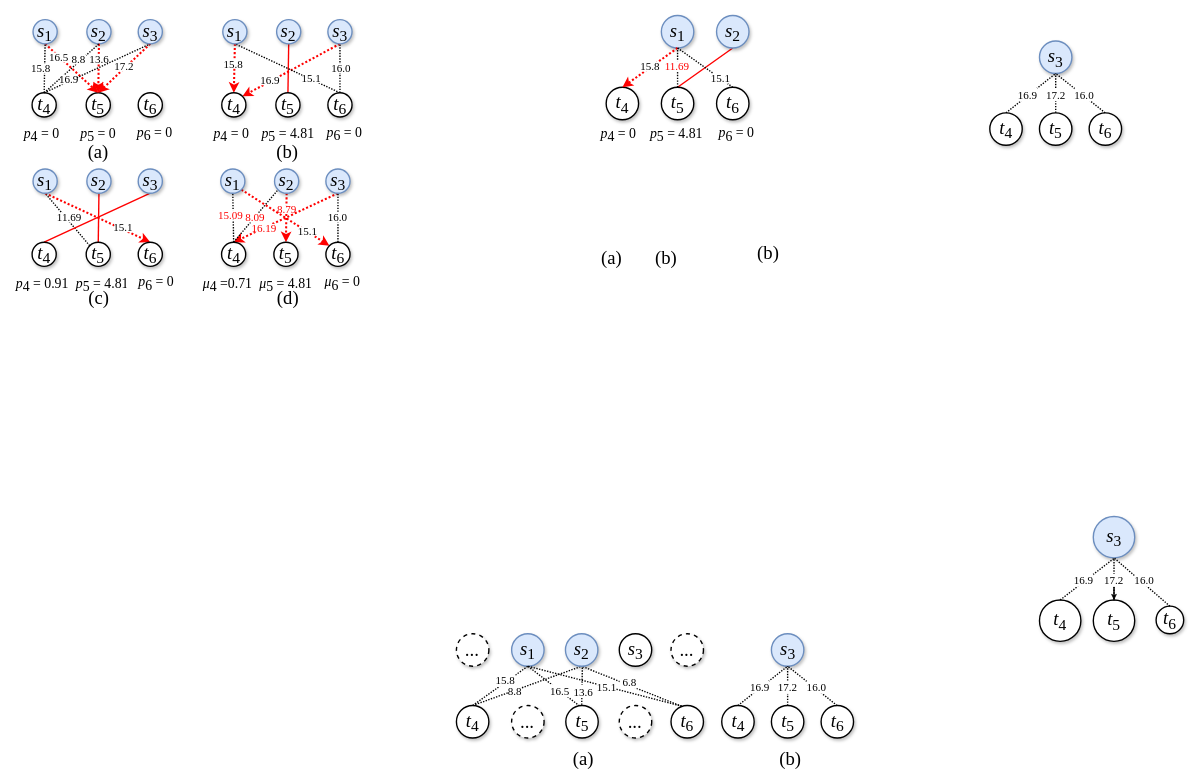
The draw.io diagram page "第 2 页" (2 of 2) of 未命名绘图.drawio in Co7in-Cheung/PCN-PyTorch, before the edit. Source tidied: cells renumbered, new cells numbered last; positions are measured from the earlier drawing's top-left corner, leaving out a move shared by most shapes. Both pictures are drawn from the tidied source at 69%, with x=0, y=0 at pixel (12, 15).
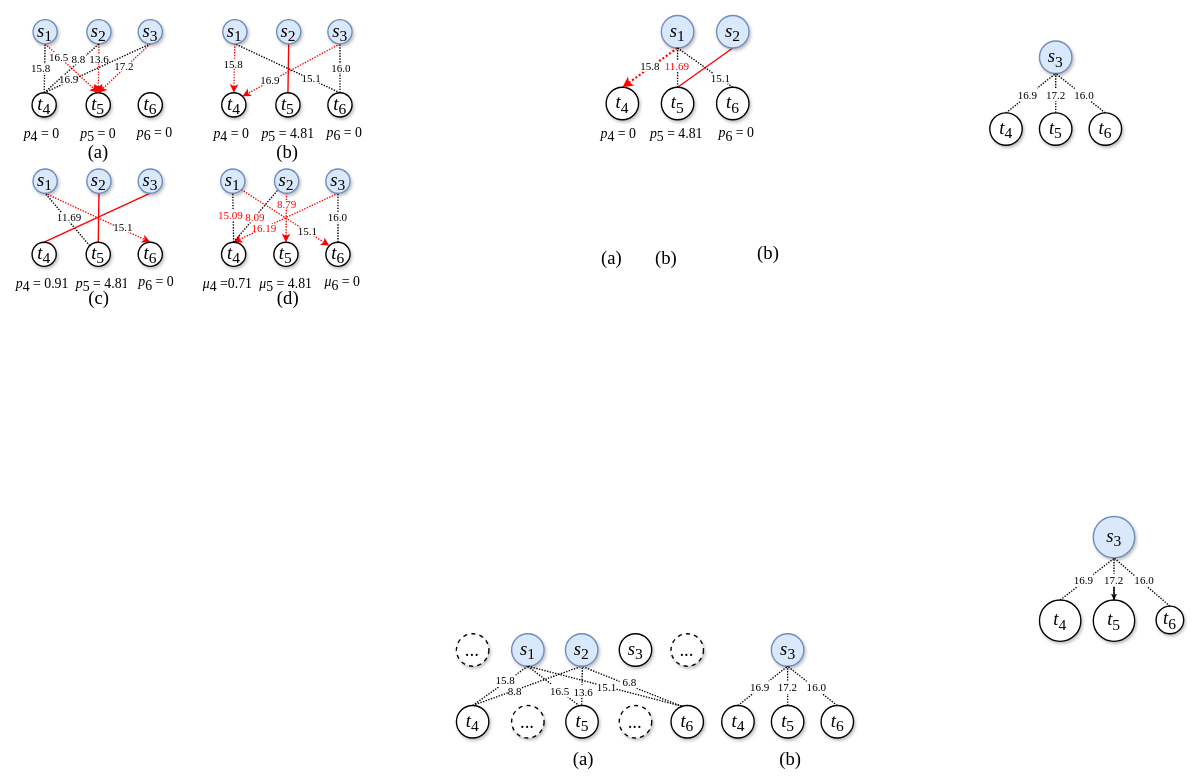
Above is the later version.

Commit message (it also covers changes not shown here):
更新未命名绘图.drawio

Unchanged cells that the change refers to:
```xml
<mxCell id="57" value="&lt;font style=&quot;font-size: 27px;&quot; face=&quot;Times New Roman&quot;&gt;&lt;i&gt;s&lt;/i&gt;&lt;sub&gt;2&lt;/sub&gt;&lt;/font&gt;" style="ellipse;whiteSpace=wrap;html=1;strokeWidth=2;fillColor=#dae8fc;strokeColor=#6c8ebf;shadow=1;" parent="1" vertex="1">
  <mxGeometry x="108.4" y="6" width="35" height="35" as="geometry" />
</mxCell>
<mxCell id="59" value="&lt;font face=&quot;Times New Roman&quot;&gt;&lt;span style=&quot;font-size: 27px;&quot;&gt;&lt;i&gt;t&lt;/i&gt;&lt;sub style=&quot;&quot;&gt;5&lt;/sub&gt;&lt;/span&gt;&lt;/font&gt;" style="ellipse;whiteSpace=wrap;html=1;strokeWidth=2;shadow=1;" parent="1" vertex="1">
  <mxGeometry x="107.4" y="112" width="35" height="35" as="geometry" />
</mxCell>
<mxCell id="136" value="&lt;font style=&quot;font-size: 27px;&quot; face=&quot;Times New Roman&quot;&gt;&lt;i&gt;s&lt;/i&gt;&lt;sub&gt;1&lt;/sub&gt;&lt;/font&gt;" style="ellipse;whiteSpace=wrap;html=1;strokeWidth=2;fillColor=#dae8fc;strokeColor=#6c8ebf;shadow=1;" parent="1" vertex="1">
  <mxGeometry x="30.4" y="6" width="35" height="35" as="geometry" />
</mxCell>
<mxCell id="137" value="&lt;font style=&quot;font-size: 27px;&quot; face=&quot;Times New Roman&quot;&gt;&lt;i&gt;s&lt;/i&gt;&lt;sub&gt;3&lt;/sub&gt;&lt;/font&gt;" style="ellipse;whiteSpace=wrap;html=1;strokeWidth=2;fillColor=#dae8fc;strokeColor=#6c8ebf;shadow=1;" parent="1" vertex="1">
  <mxGeometry x="182.8" y="6" width="35" height="35" as="geometry" />
</mxCell>
<mxCell id="140" value="&lt;font face=&quot;Times New Roman&quot;&gt;&lt;span style=&quot;font-size: 27px;&quot;&gt;&lt;i&gt;t&lt;/i&gt;&lt;sub style=&quot;&quot;&gt;4&lt;/sub&gt;&lt;/span&gt;&lt;/font&gt;" style="ellipse;whiteSpace=wrap;html=1;strokeWidth=2;shadow=1;" parent="1" vertex="1">
  <mxGeometry x="303.9" y="112" width="35" height="35" as="geometry" />
</mxCell>
<mxCell id="142" value="&lt;font style=&quot;font-size: 27px;&quot; face=&quot;Times New Roman&quot;&gt;&lt;i&gt;s&lt;/i&gt;&lt;sub&gt;1&lt;/sub&gt;&lt;/font&gt;" style="ellipse;whiteSpace=wrap;html=1;strokeWidth=2;fillColor=#dae8fc;strokeColor=#6c8ebf;shadow=1;" parent="1" vertex="1">
  <mxGeometry x="305.4" y="6" width="35" height="35" as="geometry" />
</mxCell>
<mxCell id="143" value="&lt;font style=&quot;font-size: 27px;&quot; face=&quot;Times New Roman&quot;&gt;&lt;i&gt;s&lt;/i&gt;&lt;sub&gt;3&lt;/sub&gt;&lt;/font&gt;" style="ellipse;whiteSpace=wrap;html=1;strokeWidth=2;fillColor=#dae8fc;strokeColor=#6c8ebf;shadow=1;" parent="1" vertex="1">
  <mxGeometry x="457.7" y="6" width="35" height="35" as="geometry" />
</mxCell>
<mxCell id="148" value="&lt;font style=&quot;font-size: 27px;&quot; face=&quot;Times New Roman&quot;&gt;&lt;i&gt;s&lt;/i&gt;&lt;sub&gt;1&lt;/sub&gt;&lt;/font&gt;" style="ellipse;whiteSpace=wrap;html=1;strokeWidth=2;fillColor=#dae8fc;strokeColor=#6c8ebf;shadow=1;" parent="1" vertex="1">
  <mxGeometry x="30.4" y="222.5" width="35" height="35" as="geometry" />
</mxCell>
<mxCell id="150" value="&lt;font face=&quot;Times New Roman&quot;&gt;&lt;span style=&quot;font-size: 27px;&quot;&gt;&lt;i&gt;t&lt;/i&gt;&lt;sub style=&quot;&quot;&gt;6&lt;/sub&gt;&lt;/span&gt;&lt;/font&gt;" style="ellipse;whiteSpace=wrap;html=1;strokeWidth=2;shadow=1;" parent="1" vertex="1">
  <mxGeometry x="182.8" y="328.5" width="35" height="35" as="geometry" />
</mxCell>
<mxCell id="151" value="&lt;font style=&quot;font-size: 27px;&quot; face=&quot;Times New Roman&quot;&gt;&lt;i&gt;s&lt;/i&gt;&lt;sub&gt;2&lt;/sub&gt;&lt;/font&gt;" style="ellipse;whiteSpace=wrap;html=1;strokeWidth=2;fillColor=#dae8fc;strokeColor=#6c8ebf;shadow=1;" parent="1" vertex="1">
  <mxGeometry x="380.4" y="222.5" width="35" height="35" as="geometry" />
</mxCell>
<mxCell id="152" value="&lt;font face=&quot;Times New Roman&quot;&gt;&lt;span style=&quot;font-size: 27px;&quot;&gt;&lt;i&gt;t&lt;/i&gt;&lt;sub style=&quot;&quot;&gt;4&lt;/sub&gt;&lt;/span&gt;&lt;/font&gt;" style="ellipse;whiteSpace=wrap;html=1;strokeWidth=2;shadow=1;" parent="1" vertex="1">
  <mxGeometry x="303.6" y="328.5" width="35" height="35" as="geometry" />
</mxCell>
<mxCell id="153" value="&lt;font face=&quot;Times New Roman&quot;&gt;&lt;span style=&quot;font-size: 27px;&quot;&gt;&lt;i&gt;t&lt;/i&gt;&lt;sub style=&quot;&quot;&gt;5&lt;/sub&gt;&lt;/span&gt;&lt;/font&gt;" style="ellipse;whiteSpace=wrap;html=1;strokeWidth=2;shadow=1;" parent="1" vertex="1">
  <mxGeometry x="379.4" y="328.5" width="35" height="35" as="geometry" />
</mxCell>
<mxCell id="154" value="&lt;font style=&quot;font-size: 27px;&quot; face=&quot;Times New Roman&quot;&gt;&lt;i&gt;s&lt;/i&gt;&lt;sub&gt;1&lt;/sub&gt;&lt;/font&gt;" style="ellipse;whiteSpace=wrap;html=1;strokeWidth=2;fillColor=#dae8fc;strokeColor=#6c8ebf;shadow=1;" parent="1" vertex="1">
  <mxGeometry x="302.4" y="222.5" width="35" height="35" as="geometry" />
</mxCell>
<mxCell id="155" value="&lt;font style=&quot;font-size: 27px;&quot; face=&quot;Times New Roman&quot;&gt;&lt;i&gt;s&lt;/i&gt;&lt;sub&gt;3&lt;/sub&gt;&lt;/font&gt;" style="ellipse;whiteSpace=wrap;html=1;strokeWidth=2;fillColor=#dae8fc;strokeColor=#6c8ebf;shadow=1;" parent="1" vertex="1">
  <mxGeometry x="454.8" y="222.5" width="35" height="35" as="geometry" />
</mxCell>
<mxCell id="156" value="&lt;font face=&quot;Times New Roman&quot;&gt;&lt;span style=&quot;font-size: 27px;&quot;&gt;&lt;i&gt;t&lt;/i&gt;&lt;sub style=&quot;&quot;&gt;6&lt;/sub&gt;&lt;/span&gt;&lt;/font&gt;" style="ellipse;whiteSpace=wrap;html=1;strokeWidth=2;shadow=1;" parent="1" vertex="1">
  <mxGeometry x="454.8" y="328.5" width="35" height="35" as="geometry" />
</mxCell>
```

What changed in the source:
```diff
@@
-    <mxCell id="2" style="endArrow=classic;html=1;rounded=0;exitX=0.5;exitY=1;exitDx=0;exitDy=0;entryX=0.5;entryY=0;entryDx=0;entryDy=0;strokeColor=#FF0000;strokeWidth=3;dashed=1;dashPattern=1 1;" parent="1" edge="1" source="155" target="152">
+    <mxCell id="2" style="endArrow=classic;html=1;rounded=0;exitX=0.5;exitY=1;exitDx=0;exitDy=0;entryX=0.5;entryY=0;entryDx=0;entryDy=0;strokeColor=#FF0000;strokeWidth=2;dashed=1;dashPattern=1 1;" parent="1" edge="1" source="155" target="152">
       <mxGeometry relative="1" as="geometry" />
     </mxCell>
@@
-    <mxCell id="5" style="endArrow=classic;html=1;rounded=0;exitX=0.5;exitY=1;exitDx=0;exitDy=0;entryX=0.5;entryY=0;entryDx=0;entryDy=0;strokeColor=#FF0000;strokeWidth=3;dashed=1;dashPattern=1 1;" parent="1" edge="1" source="148" target="150">
+    <mxCell id="5" style="endArrow=classic;html=1;rounded=0;exitX=0.5;exitY=1;exitDx=0;exitDy=0;entryX=0.5;entryY=0;entryDx=0;entryDy=0;strokeColor=#FF0000;strokeWidth=2;dashed=1;dashPattern=1 1;" parent="1" edge="1" source="148" target="150">
       <mxGeometry relative="1" as="geometry" />
     </mxCell>
-    <mxCell id="6" style="endArrow=classic;html=1;rounded=0;exitX=0.5;exitY=1;exitDx=0;exitDy=0;strokeColor=#FF0000;strokeWidth=3;dashed=1;dashPattern=1 1;entryX=0.5;entryY=0;entryDx=0;entryDy=0;" parent="1" edge="1" source="142" target="140">
+    <mxCell id="6" style="endArrow=classic;html=1;rounded=0;exitX=0.5;exitY=1;exitDx=0;exitDy=0;strokeColor=#FF0000;strokeWidth=2;dashed=1;dashPattern=1 1;entryX=0.5;entryY=0;entryDx=0;entryDy=0;" parent="1" edge="1" source="142" target="140">
       <mxGeometry relative="1" as="geometry" />
     </mxCell>
@@
-    <mxCell id="89" style="endArrow=classic;html=1;rounded=0;exitX=0.5;exitY=1;exitDx=0;exitDy=0;entryX=0.5;entryY=0;entryDx=0;entryDy=0;strokeColor=#FF0000;strokeWidth=3;dashed=1;dashPattern=1 1;" parent="1" edge="1" source="136" target="59">
+    <mxCell id="89" style="endArrow=classic;html=1;rounded=0;exitX=0.5;exitY=1;exitDx=0;exitDy=0;entryX=0.5;entryY=0;entryDx=0;entryDy=0;strokeColor=#FF0000;strokeWidth=2;dashed=1;dashPattern=1 1;" parent="1" edge="1" source="136" target="59">
       <mxGeometry relative="1" as="geometry" />
     </mxCell>
-    <mxCell id="90" style="endArrow=classic;html=1;rounded=0;exitX=0.5;exitY=1;exitDx=0;exitDy=0;entryX=0.5;entryY=0;entryDx=0;entryDy=0;strokeColor=#FF0000;strokeWidth=3;dashed=1;dashPattern=1 1;" parent="1" edge="1" source="57" target="59">
+    <mxCell id="90" style="endArrow=classic;html=1;rounded=0;exitX=0.5;exitY=1;exitDx=0;exitDy=0;entryX=0.5;entryY=0;entryDx=0;entryDy=0;strokeColor=#FF0000;strokeWidth=2;dashed=1;dashPattern=1 1;" parent="1" edge="1" source="57" target="59">
       <mxGeometry relative="1" as="geometry" />
     </mxCell>
-    <mxCell id="91" style="endArrow=classic;html=1;rounded=0;exitX=0.5;exitY=1;exitDx=0;exitDy=0;entryX=0.5;entryY=0;entryDx=0;entryDy=0;strokeColor=#FF0000;strokeWidth=3;dashed=1;dashPattern=1 1;" parent="1" edge="1" source="137" target="59">
+    <mxCell id="91" style="endArrow=classic;html=1;rounded=0;exitX=0.5;exitY=1;exitDx=0;exitDy=0;entryX=0.5;entryY=0;entryDx=0;entryDy=0;strokeColor=#FF0000;strokeWidth=2;dashed=1;dashPattern=1 1;" parent="1" edge="1" source="137" target="59">
       <mxGeometry relative="1" as="geometry" />
     </mxCell>
@@
-    <mxCell id="106" style="endArrow=classic;html=1;rounded=0;exitX=0.5;exitY=1;exitDx=0;exitDy=0;entryX=1;entryY=0;entryDx=0;entryDy=0;strokeColor=#FF0000;strokeWidth=3;dashed=1;dashPattern=1 1;" parent="1" edge="1" source="143" target="140">
+    <mxCell id="106" style="endArrow=classic;html=1;rounded=0;exitX=0.5;exitY=1;exitDx=0;exitDy=0;entryX=1;entryY=0;entryDx=0;entryDy=0;strokeColor=#FF0000;strokeWidth=2;dashed=1;dashPattern=1 1;" parent="1" edge="1" source="143" target="140">
       <mxGeometry relative="1" as="geometry" />
     </mxCell>
@@
-    <mxCell id="121" style="endArrow=classic;html=1;rounded=0;exitX=1;exitY=1;exitDx=0;exitDy=0;entryX=0;entryY=0;entryDx=0;entryDy=0;strokeColor=#FF0000;strokeWidth=3;dashed=1;dashPattern=1 1;" parent="1" edge="1" source="154" target="156">
+    <mxCell id="121" style="endArrow=classic;html=1;rounded=0;exitX=1;exitY=1;exitDx=0;exitDy=0;entryX=0;entryY=0;entryDx=0;entryDy=0;strokeColor=#FF0000;strokeWidth=2;dashed=1;dashPattern=1 1;" parent="1" edge="1" source="154" target="156">
       <mxGeometry relative="1" as="geometry" />
     </mxCell>
-    <mxCell id="122" style="endArrow=classic;html=1;rounded=0;exitX=0.5;exitY=1;exitDx=0;exitDy=0;entryX=0.5;entryY=0;entryDx=0;entryDy=0;strokeColor=#FF0000;strokeWidth=3;dashed=1;dashPattern=1 1;" parent="1" edge="1" source="151" target="153">
+    <mxCell id="122" style="endArrow=classic;html=1;rounded=0;exitX=0.5;exitY=1;exitDx=0;exitDy=0;entryX=0.5;entryY=0;entryDx=0;entryDy=0;strokeColor=#FF0000;strokeWidth=2;dashed=1;dashPattern=1 1;" parent="1" edge="1" source="151" target="153">
       <mxGeometry relative="1" as="geometry" />
     </mxCell>
@@
     <mxCell id="126" value="&lt;font color=&quot;#ff0000&quot; style=&quot;font-size: 16px;&quot; face=&quot;Times New Roman&quot;&gt;8.79&lt;/font&gt;" style="text;html=1;strokeColor=none;fillColor=#FFFFFF;align=center;verticalAlign=middle;whiteSpace=wrap;rounded=0;" parent="1" vertex="1">
-      <mxGeometry x="387" y="275" width="22.6" height="10.5" as="geometry" />
+      <mxGeometry x="387" y="268" width="22.6" height="10.5" as="geometry" />
     </mxCell>
```
